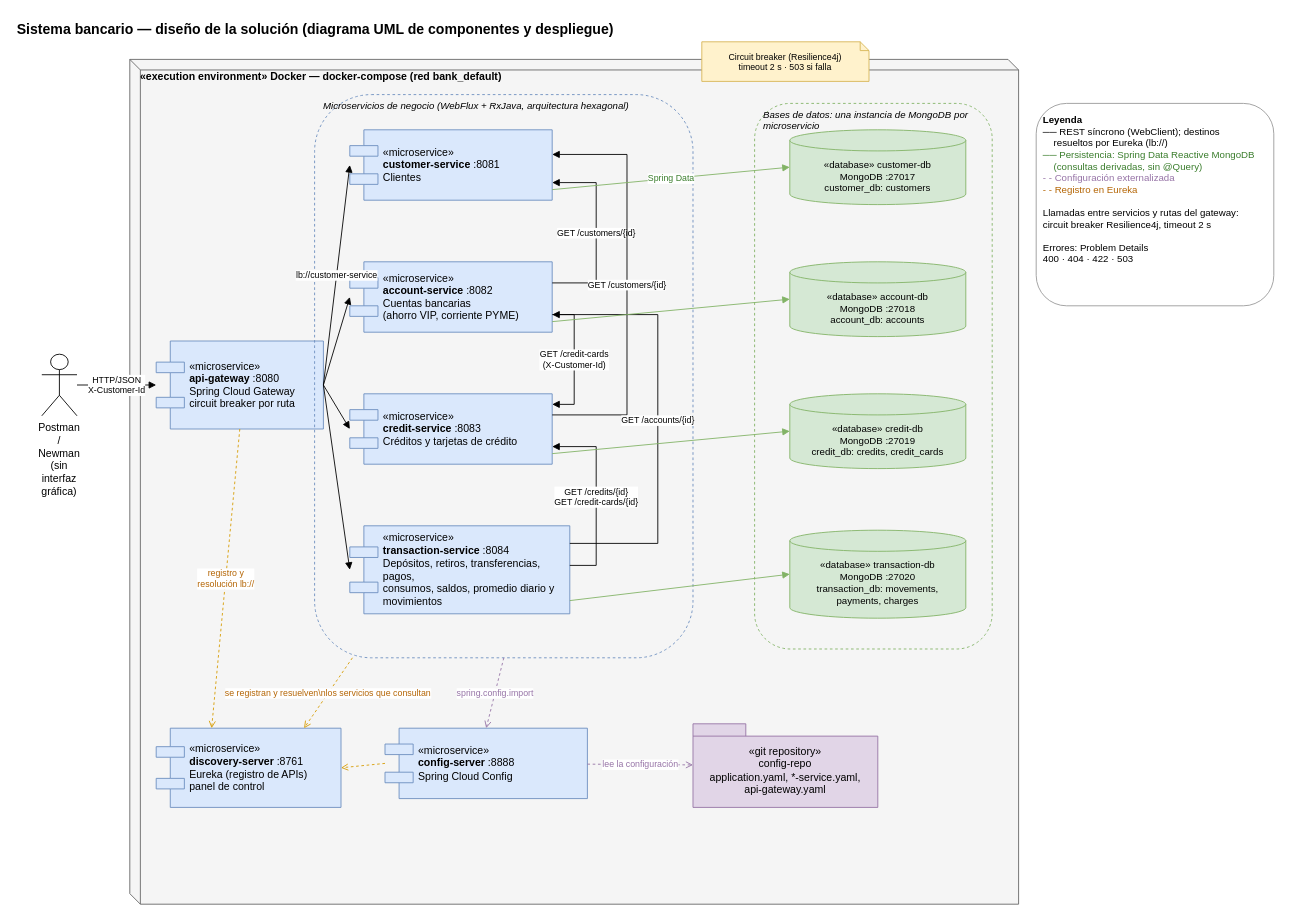
This is docs/diagrams/solution-design.drawio from kuroxbyte/bootcamp-bank-project-docs, a draw.io file, before an edit. Source tidied: cells renumbered, new cells numbered last; positions are measured from the earlier drawing's top-left corner, leaving out a move shared by most shapes. Both pictures are drawn from the tidied source at 88%, with x=0, y=0 at pixel (15, 15).
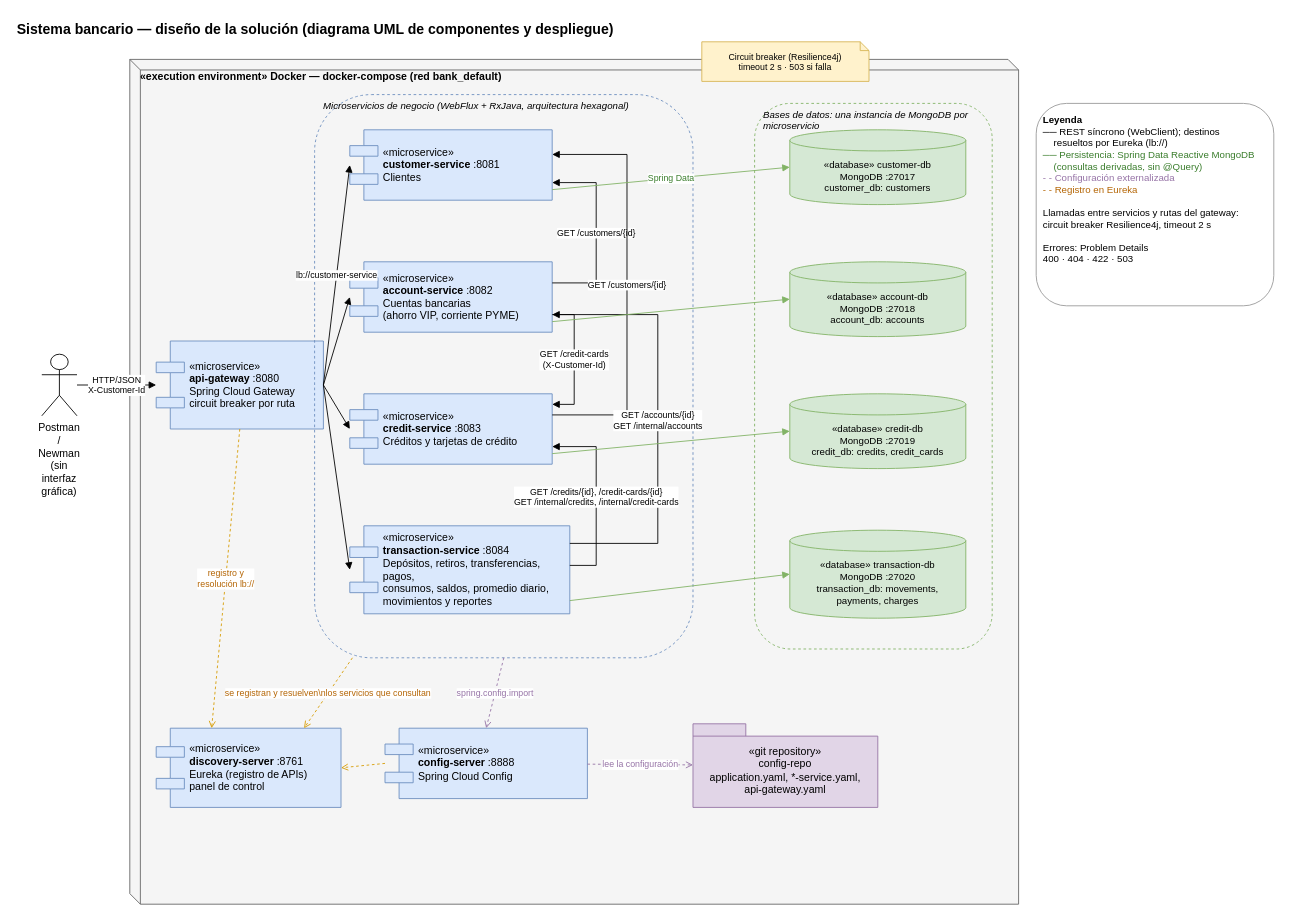
After the change.

Commit message (it also covers changes not shown here):
docs: documentar y probar los reportes

The change refers to these unchanged cells:
```xml
<mxCell id="7" value="«microservice»&lt;br&gt;&lt;b&gt;account-service&lt;/b&gt; :8082&lt;br&gt;Cuentas bancarias&lt;br&gt;(ahorro VIP, corriente PYME)" style="shape=component;align=left;spacingLeft=36;html=1;whiteSpace=wrap;fillColor=#dae8fc;strokeColor=#6c8ebf;fontSize=12;" parent="1" vertex="1">
  <mxGeometry x="380" y="280" width="230" height="80" as="geometry" />
</mxCell>
<mxCell id="8" value="«microservice»&lt;br&gt;&lt;b&gt;credit-service&lt;/b&gt; :8083&lt;br&gt;Créditos y tarjetas de crédito" style="shape=component;align=left;spacingLeft=36;html=1;whiteSpace=wrap;fillColor=#dae8fc;strokeColor=#6c8ebf;fontSize=12;" parent="1" vertex="1">
  <mxGeometry x="380" y="430" width="230" height="80" as="geometry" />
</mxCell>
```

Change to the diagram source:
```diff
@@
-    <mxCell id="9" value="«microservice»&lt;br&gt;&lt;b&gt;transaction-service&lt;/b&gt; :8084&lt;br&gt;Depósitos, retiros, transferencias, pagos,&lt;br&gt;consumos, saldos, promedio diario y movimientos" style="shape=component;align=left;spacingLeft=36;html=1;whiteSpace=wrap;fillColor=#dae8fc;strokeColor=#6c8ebf;fontSize=12;" parent="1" vertex="1">
+    <mxCell id="9" value="«microservice»&lt;br&gt;&lt;b&gt;transaction-service&lt;/b&gt; :8084&lt;br&gt;Depósitos, retiros, transferencias, pagos,&lt;br&gt;consumos, saldos, promedio diario,&lt;br&gt;movimientos y reportes" style="shape=component;align=left;spacingLeft=36;html=1;whiteSpace=wrap;fillColor=#dae8fc;strokeColor=#6c8ebf;fontSize=12;" parent="1" vertex="1">
       <mxGeometry x="380" y="580" width="250" height="100" as="geometry" />
     </mxCell>
@@
-    <mxCell id="28" value="GET /accounts/{id}" style="endArrow=block;html=1;rounded=0;fontSize=10;labelBackgroundColor=#ffffff;exitX=1;exitY=0.2;entryX=1;entryY=0.75;" parent="1" edge="1" source="9" target="7">
+    <mxCell id="28" value="GET /accounts/{id}&lt;br&gt;GET /internal/accounts" style="endArrow=block;html=1;rounded=0;fontSize=10;labelBackgroundColor=#ffffff;exitX=1;exitY=0.2;entryX=1;entryY=0.75;" parent="1" edge="1" source="9" target="7">
       <mxGeometry relative="1" as="geometry">
         <Array as="points">
           <mxPoint x="730" y="600" />
           <mxPoint x="730" y="340" />
         </Array>
       </mxGeometry>
     </mxCell>
-    <mxCell id="29" value="GET /credits/{id}&lt;br&gt;GET /credit-cards/{id}" style="endArrow=block;html=1;rounded=0;fontSize=10;labelBackgroundColor=#ffffff;exitX=1;exitY=0.45;entryX=1;entryY=0.75;" parent="1" edge="1" source="9" target="8">
+    <mxCell id="29" value="GET /credits/{id}, /credit-cards/{id}&lt;br&gt;GET /internal/credits, /internal/credit-cards" style="endArrow=block;html=1;rounded=0;fontSize=10;labelBackgroundColor=#ffffff;exitX=1;exitY=0.45;entryX=1;entryY=0.75;" parent="1" edge="1" source="9" target="8">
       <mxGeometry relative="1" as="geometry">
         <Array as="points">
           <mxPoint x="660" y="625" />
           <mxPoint x="660" y="490" />
         </Array>
       </mxGeometry>
     </mxCell>
```
